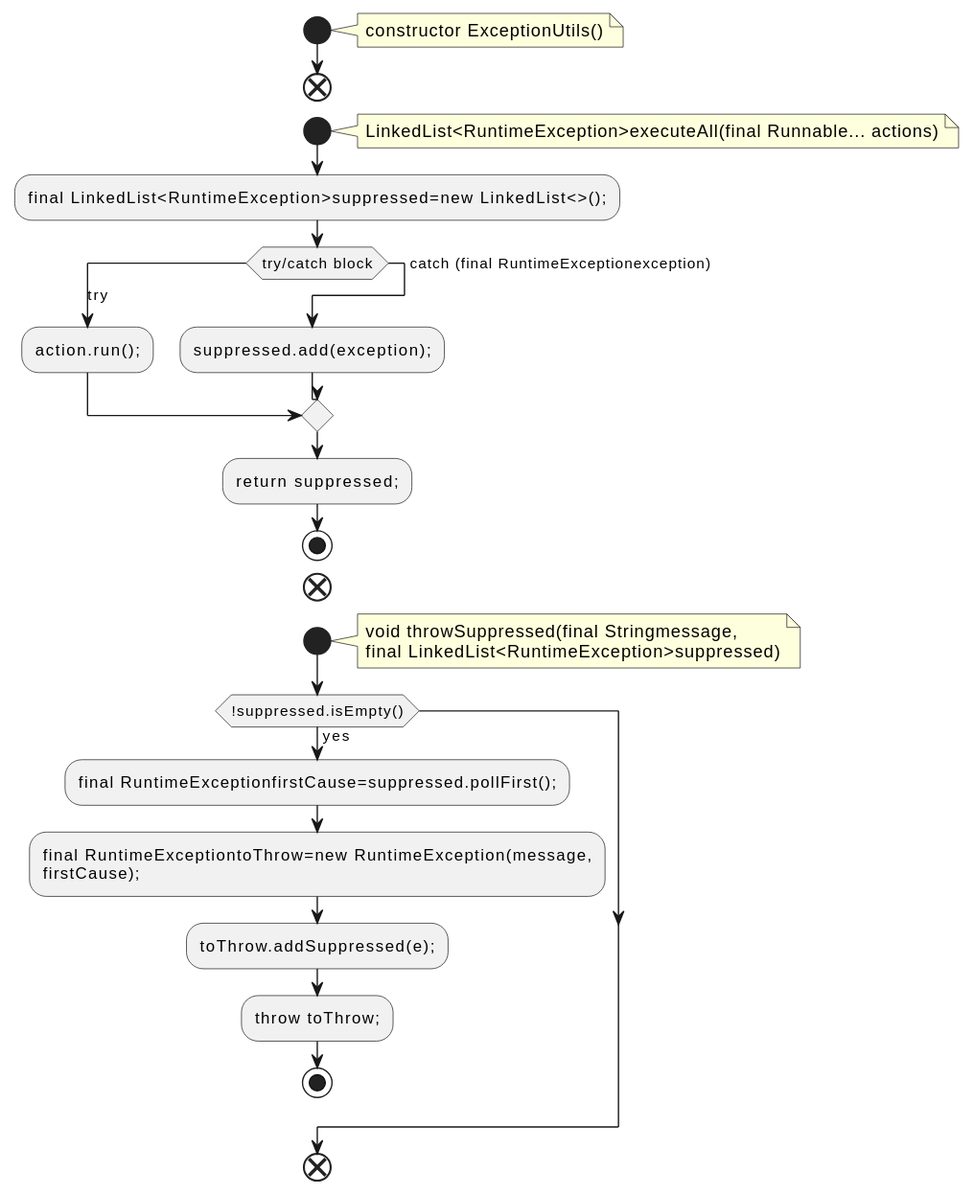
Before: docs/qc/streams/src/main/java/org/apache/kafka/streams/state/internals/ExceptionUtils.java.fct.svg, a diagram exported from PlantUML (qualitesys/kafka).
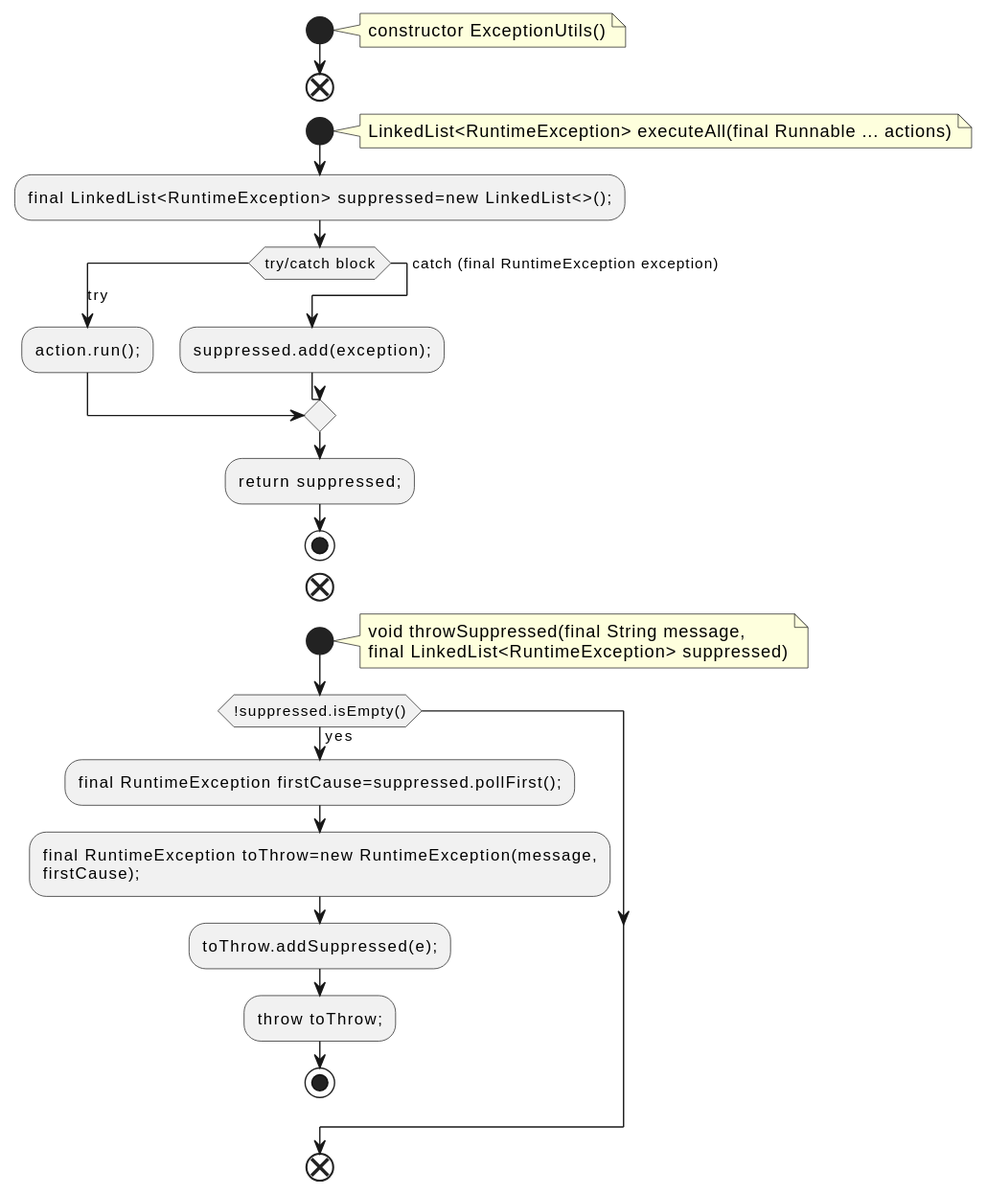
After the change.

What changed in the source:
```diff
@@ -7,13 +7,13 @@
 end
 start
 note right
-LinkedList<RuntimeException>executeAll(final Runnable... actions)
+LinkedList<RuntimeException> executeAll(final Runnable ... actions)
 end note
-:final LinkedList<RuntimeException>suppressed=new LinkedList<>();;
+:final LinkedList<RuntimeException> suppressed=new LinkedList<>();;
 switch (try/catch block)
 case (try)
 :action.run();;
-case (catch (final RuntimeExceptionexception))
+case (catch (final RuntimeException exception))
 :suppressed.add(exception);;
 endswitch
 :return suppressed;;
@@ -21,12 +21,12 @@
 end
 start
 note right
-void throwSuppressed(final Stringmessage,
-final LinkedList<RuntimeException>suppressed)
+void throwSuppressed(final String message,
+final LinkedList<RuntimeException> suppressed)
 end note
 if (!suppressed.isEmpty()) then (yes)
-:final RuntimeExceptionfirstCause=suppressed.pollFirst();;
-:final RuntimeExceptiontoThrow=new RuntimeException(message,
+:final RuntimeException firstCause=suppressed.pollFirst();;
+:final RuntimeException toThrow=new RuntimeException(message,
 firstCause);;
 :toThrow.addSuppressed(e);;
 :throw toThrow;;
```
